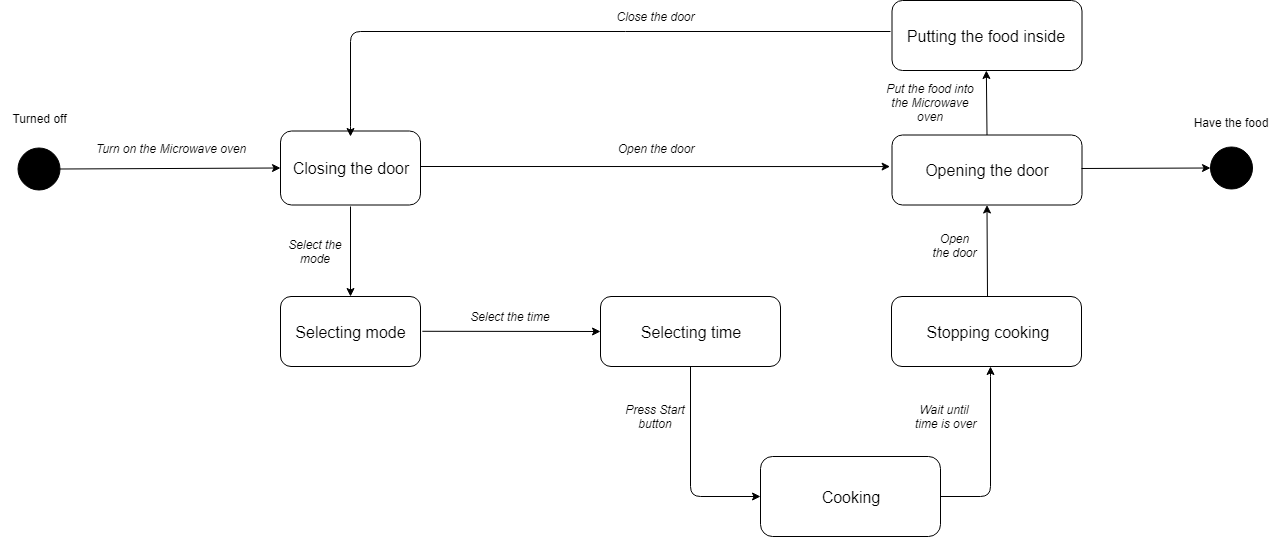
daniil-steperev/spbuHomework keeps this draw.io diagram as sem3/hw1/task2/MicrowaveOvenDiagram.png. Above is the earlier version. Source tidied: cells renumbered, new cells last; positions are measured from the earlier drawing's top-left corner, leaving out a move shared by most shapes.
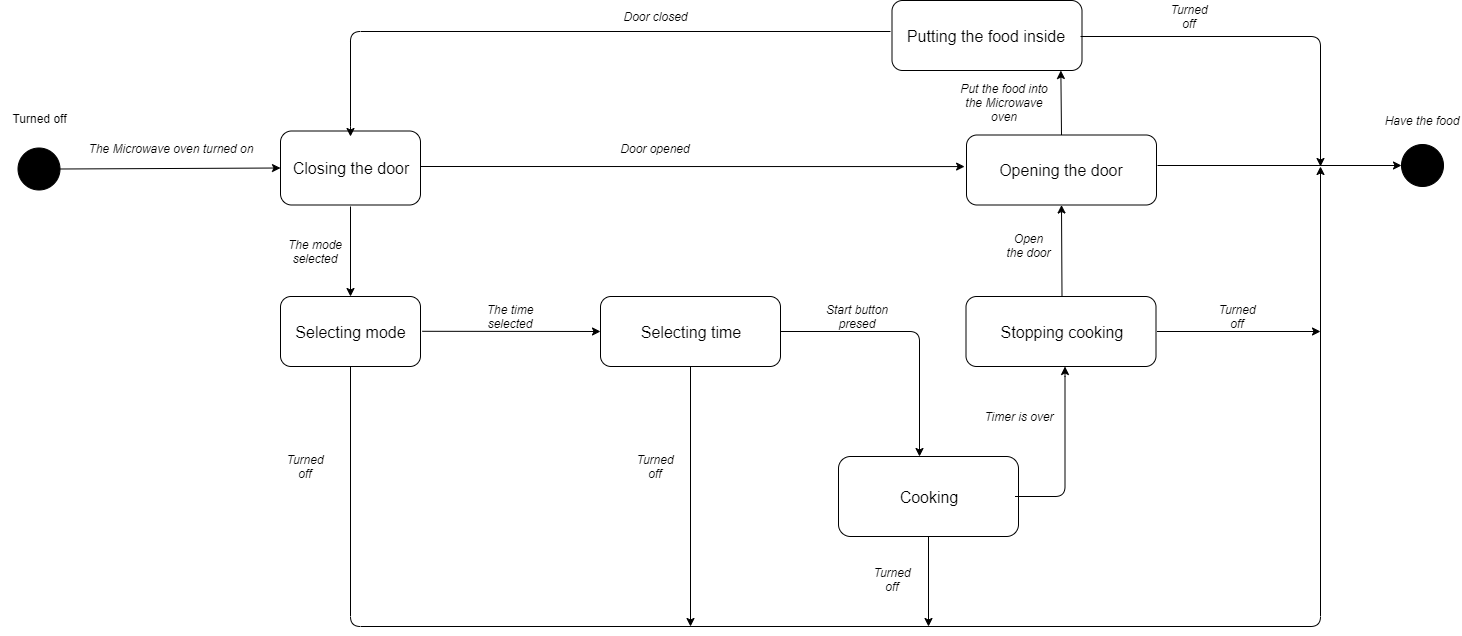
The same diagram one commit later.

Commit message:
rewrited text above the transition, added an ability to turn off the microvawe owen

Change to the diagram source:
```diff
@@ -17,21 +17,21 @@
     <mxCell id="6" style="endArrow=classic;html=1;entryX=0;entryY=0.5;entryDx=0;entryDy=0;exitX=1;exitY=0.5;exitDx=0;exitDy=0;" parent="1" edge="1" source="2" target="4">
       <mxGeometry relative="1" as="geometry" />
     </mxCell>
-    <mxCell id="7" value="&lt;i&gt;Turn on the Microwave oven&lt;/i&gt;" style="text;html=1;strokeColor=none;fillColor=none;align=center;verticalAlign=middle;whiteSpace=wrap;rounded=0;" parent="1" vertex="1">
+    <mxCell id="7" value="&lt;i&gt;The Microwave oven turned on&lt;/i&gt;" style="text;html=1;strokeColor=none;fillColor=none;align=center;verticalAlign=middle;whiteSpace=wrap;rounded=0;" parent="1" vertex="1">
       <mxGeometry x="85" y="137.5" width="170" height="20" as="geometry" />
     </mxCell>
     <mxCell id="8" style="rounded=1;whiteSpace=wrap;html=1;fillColor=#FFFFFF;" parent="1" vertex="1">
-      <mxGeometry x="891.5" y="134.5" width="190" height="70" as="geometry" />
+      <mxGeometry x="966" y="134.5" width="190" height="70" as="geometry" />
     </mxCell>
     <mxCell id="9" value="&lt;font style=&quot;font-size: 16px&quot;&gt;Opening the door&lt;/font&gt;" style="text;html=1;strokeColor=none;fillColor=none;align=center;verticalAlign=middle;whiteSpace=wrap;rounded=0;" parent="1" vertex="1">
-      <mxGeometry x="891.5" y="134.5" width="190" height="70" as="geometry" />
+      <mxGeometry x="966" y="134.5" width="190" height="70" as="geometry" />
     </mxCell>
     <mxCell id="10" style="endArrow=classic;html=1;entryX=-0.01;entryY=0.451;entryDx=0;entryDy=0;entryPerimeter=0;" parent="1" edge="1" target="9">
       <mxGeometry relative="1" as="geometry">
         <mxPoint x="420" y="166" as="sourcePoint" />
       </mxGeometry>
     </mxCell>
-    <mxCell id="11" value="Open the door" style="text;html=1;strokeColor=none;fillColor=none;align=center;verticalAlign=middle;whiteSpace=wrap;rounded=0;fontStyle=2;" parent="1" vertex="1">
+    <mxCell id="11" value="Door opened" style="text;html=1;strokeColor=none;fillColor=none;align=center;verticalAlign=middle;whiteSpace=wrap;rounded=0;fontStyle=2;" parent="1" vertex="1">
       <mxGeometry x="605" y="137.5" width="100" height="20" as="geometry" />
     </mxCell>
     <mxCell id="12" style="rounded=1;whiteSpace=wrap;html=1;fillColor=#FFFFFF;" parent="1" vertex="1">
@@ -41,10 +41,12 @@
       <mxGeometry x="891.5" width="188" height="70" as="geometry" />
     </mxCell>
     <mxCell id="14" value="Put the food into the Microwave oven" style="text;html=1;strokeColor=none;fillColor=none;align=center;verticalAlign=middle;whiteSpace=wrap;rounded=0;fontStyle=2;" parent="1" vertex="1">
-      <mxGeometry x="879.5" y="91.5" width="100" height="20" as="geometry" />
+      <mxGeometry x="954" y="91.5" width="100" height="20" as="geometry" />
     </mxCell>
-    <mxCell id="15" style="endArrow=classic;html=1;exitX=0.5;exitY=0;exitDx=0;exitDy=0;" parent="1" edge="1" source="9" target="13">
-      <mxGeometry relative="1" as="geometry" />
+    <mxCell id="15" style="endArrow=classic;html=1;exitX=0.5;exitY=0;exitDx=0;exitDy=0;" parent="1" edge="1" source="9">
+      <mxGeometry relative="1" as="geometry">
+        <mxPoint x="1060.4" y="70" as="targetPoint" />
+      </mxGeometry>
     </mxCell>
     <mxCell id="16" style="endArrow=classic;html=1;" parent="1" edge="1">
       <mxGeometry relative="1" as="geometry">
@@ -56,7 +58,7 @@
         </Array>
       </mxGeometry>
     </mxCell>
-    <mxCell id="17" value="Close the door" style="text;html=1;strokeColor=none;fillColor=none;align=center;verticalAlign=middle;whiteSpace=wrap;rounded=0;fontStyle=2;" parent="1" vertex="1">
+    <mxCell id="17" value="Door closed" style="text;html=1;strokeColor=none;fillColor=none;align=center;verticalAlign=middle;whiteSpace=wrap;rounded=0;fontStyle=2;" parent="1" vertex="1">
       <mxGeometry x="610" y="6" width="90" height="20" as="geometry" />
     </mxCell>
     <mxCell id="18" style="rounded=1;whiteSpace=wrap;html=1;fillColor=#FFFFFF;" parent="1" vertex="1">
@@ -70,7 +72,7 @@
         <mxPoint x="350" y="206" as="sourcePoint" />
       </mxGeometry>
     </mxCell>
-    <mxCell id="21" value="&lt;i&gt;Select the mode&lt;/i&gt;" style="text;html=1;strokeColor=none;fillColor=none;align=center;verticalAlign=middle;whiteSpace=wrap;rounded=0;" parent="1" vertex="1">
+    <mxCell id="21" value="&lt;i&gt;The mode selected&lt;/i&gt;" style="text;html=1;strokeColor=none;fillColor=none;align=center;verticalAlign=middle;whiteSpace=wrap;rounded=0;" parent="1" vertex="1">
       <mxGeometry x="285" y="236" width="60" height="30" as="geometry" />
     </mxCell>
     <mxCell id="22" style="rounded=1;whiteSpace=wrap;html=1;fillColor=#FFFFFF;" parent="1" vertex="1">
@@ -82,59 +84,108 @@
     <mxCell id="24" style="endArrow=classic;html=1;entryX=0;entryY=0.5;entryDx=0;entryDy=0;exitX=1.013;exitY=0.497;exitDx=0;exitDy=0;exitPerimeter=0;" parent="1" edge="1" source="19" target="23">
       <mxGeometry relative="1" as="geometry" />
     </mxCell>
-    <mxCell id="25" value="&lt;i&gt;Select the time&lt;/i&gt;" style="text;html=1;strokeColor=none;fillColor=none;align=center;verticalAlign=middle;whiteSpace=wrap;rounded=0;" parent="1" vertex="1">
+    <mxCell id="25" value="&lt;i&gt;The time selected&lt;/i&gt;" style="text;html=1;strokeColor=none;fillColor=none;align=center;verticalAlign=middle;whiteSpace=wrap;rounded=0;" parent="1" vertex="1">
       <mxGeometry x="465" y="306" width="90" height="20" as="geometry" />
     </mxCell>
     <mxCell id="26" style="rounded=1;whiteSpace=wrap;html=1;fillColor=#FFFFFF;" parent="1" vertex="1">
-      <mxGeometry x="891" y="296" width="190" height="70" as="geometry" />
+      <mxGeometry x="965.5" y="296" width="190" height="70" as="geometry" />
     </mxCell>
     <mxCell id="27" value="&lt;font style=&quot;font-size: 16px&quot;&gt;Stopping cooking&lt;/font&gt;" style="text;html=1;strokeColor=none;fillColor=none;align=center;verticalAlign=middle;whiteSpace=wrap;rounded=0;" parent="1" vertex="1">
-      <mxGeometry x="892" y="296" width="190" height="70" as="geometry" />
+      <mxGeometry x="966.5" y="296" width="190" height="70" as="geometry" />
     </mxCell>
     <mxCell id="28" style="endArrow=classic;html=1;entryX=0.5;entryY=1;entryDx=0;entryDy=0;exitX=0.5;exitY=0;exitDx=0;exitDy=0;" parent="1" edge="1" source="27" target="9">
       <mxGeometry relative="1" as="geometry" />
     </mxCell>
     <mxCell id="29" value="&lt;i&gt;Open the door&lt;/i&gt;" style="text;html=1;strokeColor=none;fillColor=none;align=center;verticalAlign=middle;whiteSpace=wrap;rounded=0;" parent="1" vertex="1">
-      <mxGeometry x="929.5" y="235.5" width="49" height="20" as="geometry" />
+      <mxGeometry x="1004" y="235.5" width="49" height="20" as="geometry" />
     </mxCell>
     <mxCell id="30" style="rounded=1;whiteSpace=wrap;html=1;fillColor=#FFFFFF;" parent="1" vertex="1">
-      <mxGeometry x="760" y="456" width="180" height="80" as="geometry" />
+      <mxGeometry x="838" y="456" width="180" height="80" as="geometry" />
     </mxCell>
     <mxCell id="31" value="&lt;font style=&quot;font-size: 16px&quot;&gt;Cooking&lt;/font&gt;" style="text;html=1;strokeColor=none;fillColor=none;align=center;verticalAlign=middle;whiteSpace=wrap;rounded=0;" parent="1" vertex="1">
-      <mxGeometry x="760" y="456" width="180" height="80" as="geometry" />
+      <mxGeometry x="838" y="456" width="180" height="80" as="geometry" />
     </mxCell>
-    <mxCell id="32" style="endArrow=classic;html=1;exitX=0.5;exitY=1;exitDx=0;exitDy=0;entryX=0;entryY=0.5;entryDx=0;entryDy=0;" parent="1" edge="1" source="23" target="31">
+    <mxCell id="32" style="endArrow=classic;html=1;exitX=1;exitY=0.5;exitDx=0;exitDy=0;entryX=0.45;entryY=0;entryDx=0;entryDy=0;entryPerimeter=0;" parent="1" edge="1" source="23" target="31">
       <mxGeometry relative="1" as="geometry">
         <Array as="points">
-          <mxPoint x="690" y="496" />
+          <mxPoint x="919" y="331" />
         </Array>
       </mxGeometry>
     </mxCell>
-    <mxCell id="33" value="&lt;i&gt;Press Start button&lt;/i&gt;" style="text;html=1;strokeColor=none;fillColor=none;align=center;verticalAlign=middle;whiteSpace=wrap;rounded=0;" parent="1" vertex="1">
-      <mxGeometry x="620" y="406" width="70" height="20" as="geometry" />
+    <mxCell id="33" value="&lt;i&gt;Start button presed&lt;/i&gt;" style="text;html=1;strokeColor=none;fillColor=none;align=center;verticalAlign=middle;whiteSpace=wrap;rounded=0;" parent="1" vertex="1">
+      <mxGeometry x="821.5" y="306" width="70" height="20" as="geometry" />
     </mxCell>
-    <mxCell id="34" style="endArrow=classic;html=1;exitX=1;exitY=0.5;exitDx=0;exitDy=0;" parent="1" edge="1" source="31">
+    <mxCell id="34" style="endArrow=classic;html=1;exitX=1;exitY=0.5;exitDx=0;exitDy=0;" parent="1" edge="1">
       <mxGeometry relative="1" as="geometry">
-        <mxPoint x="990" y="366" as="targetPoint" />
+        <mxPoint x="1014.5" y="496" as="sourcePoint" />
+        <mxPoint x="1064.5" y="366" as="targetPoint" />
         <Array as="points">
-          <mxPoint x="990" y="496" />
-          <mxPoint x="990" y="366" />
+          <mxPoint x="1064.5" y="496" />
+          <mxPoint x="1064.5" y="366" />
         </Array>
       </mxGeometry>
     </mxCell>
-    <mxCell id="35" value="&lt;i&gt;Wait until&lt;br&gt;&amp;nbsp;time is over&lt;/i&gt;" style="text;html=1;strokeColor=none;fillColor=none;align=center;verticalAlign=middle;whiteSpace=wrap;rounded=0;" parent="1" vertex="1">
-      <mxGeometry x="901.5" y="406" width="84" height="20" as="geometry" />
+    <mxCell id="35" value="&lt;i&gt;Timer is over&lt;/i&gt;" style="text;html=1;strokeColor=none;fillColor=none;align=center;verticalAlign=middle;whiteSpace=wrap;rounded=0;" parent="1" vertex="1">
+      <mxGeometry x="976" y="406" width="84" height="20" as="geometry" />
     </mxCell>
     <mxCell id="36" style="ellipse;whiteSpace=wrap;html=1;fillColor=#000000;" parent="1" vertex="1">
-      <mxGeometry x="1210" y="146.5" width="42" height="42" as="geometry" />
+      <mxGeometry x="1401" y="144" width="42" height="42" as="geometry" />
     </mxCell>
     <mxCell id="37" style="endArrow=classic;html=1;entryX=0;entryY=0.5;entryDx=0;entryDy=0;" parent="1" edge="1" target="36">
       <mxGeometry relative="1" as="geometry">
-        <mxPoint x="1081" y="168" as="sourcePoint" />
+        <mxPoint x="1157" y="165" as="sourcePoint" />
       </mxGeometry>
     </mxCell>
-    <mxCell id="38" value="Have the food" style="text;html=1;strokeColor=none;fillColor=none;align=center;verticalAlign=middle;whiteSpace=wrap;rounded=0;" parent="1" vertex="1">
-      <mxGeometry x="1190" y="112" width="80" height="20" as="geometry" />
+    <mxCell id="38" value="&lt;i&gt;Have the food&lt;/i&gt;" style="text;html=1;strokeColor=none;fillColor=none;align=center;verticalAlign=middle;whiteSpace=wrap;rounded=0;" parent="1" vertex="1">
+      <mxGeometry x="1381" y="109.5" width="80" height="20" as="geometry" />
     </mxCell>
+    <mxCell id="39" style="endArrow=classic;html=1;entryX=0.5;entryY=1;entryDx=0;entryDy=0;exitX=0.5;exitY=1;exitDx=0;exitDy=0;" parent="1" edge="1" source="19">
+      <mxGeometry relative="1" as="geometry">
+        <mxPoint x="1320" y="166" as="targetPoint" />
+        <Array as="points">
+          <mxPoint x="350" y="626" />
+          <mxPoint x="1320" y="626" />
+        </Array>
+      </mxGeometry>
+    </mxCell>
+    <mxCell id="40" style="endArrow=classic;html=1;exitX=0.5;exitY=1;exitDx=0;exitDy=0;" parent="1" edge="1" source="23">
+      <mxGeometry relative="1" as="geometry">
+        <mxPoint x="690" y="626" as="targetPoint" />
+      </mxGeometry>
+    </mxCell>
+    <mxCell id="41" style="endArrow=classic;html=1;exitX=0.5;exitY=1;exitDx=0;exitDy=0;" parent="1" edge="1" source="31">
+      <mxGeometry relative="1" as="geometry">
+        <mxPoint x="928" y="626" as="targetPoint" />
+      </mxGeometry>
+    </mxCell>
+    <mxCell id="42" style="endArrow=classic;html=1;exitX=1;exitY=0.5;exitDx=0;exitDy=0;" parent="1" edge="1" source="27">
+      <mxGeometry relative="1" as="geometry">
+        <mxPoint x="1320" y="331" as="targetPoint" />
+      </mxGeometry>
+    </mxCell>
+    <mxCell id="43" value="&lt;i&gt;Turned off&lt;/i&gt;" style="text;html=1;strokeColor=none;fillColor=none;align=center;verticalAlign=middle;whiteSpace=wrap;rounded=0;" parent="1" vertex="1">
+      <mxGeometry x="285" y="456" width="40" height="20" as="geometry" />
+    </mxCell>
+    <mxCell id="44" value="&lt;i&gt;Turned off&lt;/i&gt;" style="text;html=1;strokeColor=none;fillColor=none;align=center;verticalAlign=middle;whiteSpace=wrap;rounded=0;" parent="1" vertex="1">
+      <mxGeometry x="635" y="456" width="40" height="20" as="geometry" />
+    </mxCell>
+    <mxCell id="45" value="&lt;i&gt;Turned off&lt;/i&gt;" style="text;html=1;strokeColor=none;fillColor=none;align=center;verticalAlign=middle;whiteSpace=wrap;rounded=0;" parent="1" vertex="1">
+      <mxGeometry x="871.5" y="569" width="40" height="20" as="geometry" />
+    </mxCell>
+    <mxCell id="46" value="&lt;i&gt;Turned off&lt;/i&gt;" style="text;html=1;strokeColor=none;fillColor=none;align=center;verticalAlign=middle;whiteSpace=wrap;rounded=0;" parent="1" vertex="1">
+      <mxGeometry x="1216.7" y="306" width="40" height="20" as="geometry" />
+    </mxCell>
+    <mxCell id="47" style="endArrow=classic;html=1;" parent="1" edge="1">
+      <mxGeometry relative="1" as="geometry">
+        <mxPoint x="1080" y="36" as="sourcePoint" />
+        <mxPoint x="1320" y="166" as="targetPoint" />
+        <Array as="points">
+          <mxPoint x="1320" y="36" />
+        </Array>
+      </mxGeometry>
+    </mxCell>
+    <mxCell id="48" value="&lt;i&gt;Turned off&lt;/i&gt;" style="text;html=1;strokeColor=none;fillColor=none;align=center;verticalAlign=middle;whiteSpace=wrap;rounded=0;" parent="1" vertex="1">
+      <mxGeometry x="1169.1" y="6" width="40" height="20" as="geometry" />
+    </mxCell>
   </root>
 </mxGraphModel>
```
